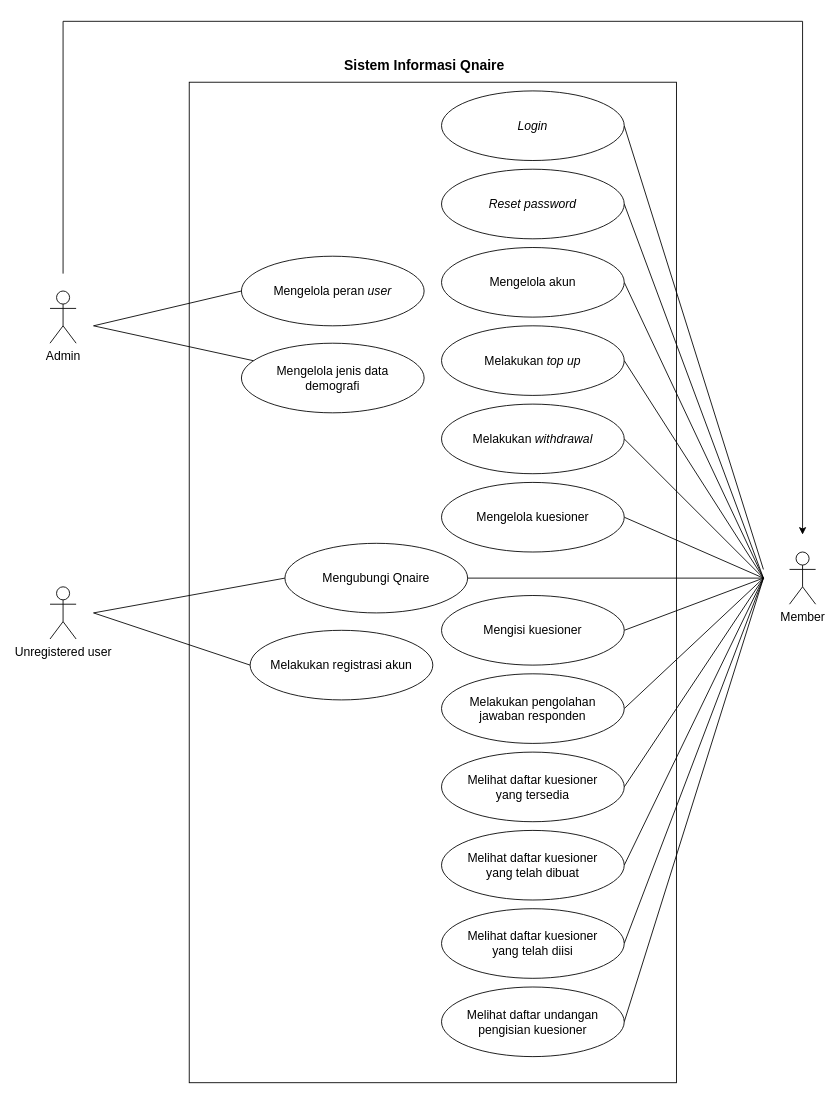
Earlier version of the draw.io diagram Diagram/use-case.drawio (techie-jhs/thesis). Source tidied: cells renumbered, new cells numbered last; positions are measured from the earlier drawing's top-left corner, leaving out a move shared by most shapes. Both pictures are drawn from the tidied source at 87%, with x=0, y=0 at pixel (50, 21).
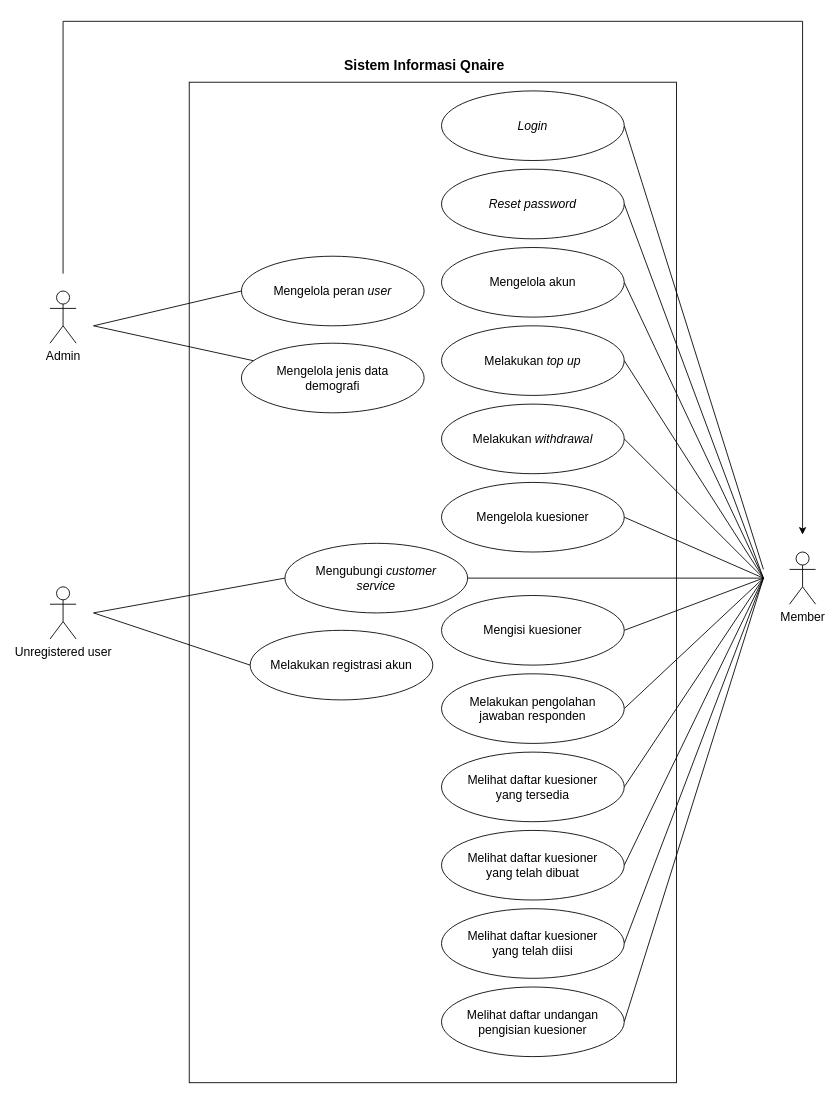
The same diagram, later.

The edit, as a diff of the source:
```diff
@@
-    <mxCell id="26" value="Mengubungi Qnaire" style="ellipse;whiteSpace=wrap;html=1;fontSize=14;" parent="1" vertex="1">
+    <mxCell id="26" value="Mengubungi &lt;i&gt;customer&lt;br&gt;service&lt;/i&gt;" style="ellipse;whiteSpace=wrap;html=1;fontSize=14;" parent="1" vertex="1">
       <mxGeometry x="270" y="600" width="210" height="80" as="geometry" />
     </mxCell>
```
